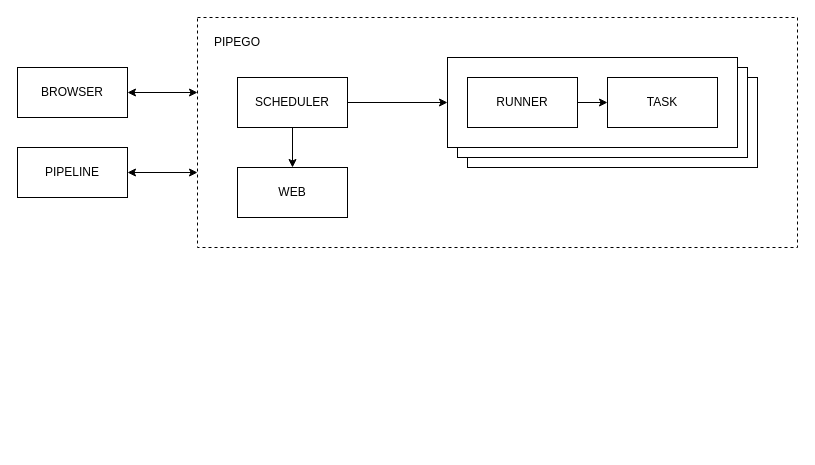
Earlier version of the draw.io diagram diagram.drawio (pipego/deploy). Source tidied: cells renumbered, new cells numbered last; positions are measured from the earlier drawing's top-left corner, leaving out a move shared by most shapes. Both pictures are drawn from the tidied source at 100%, with x=0, y=0 at pixel (17, 17).
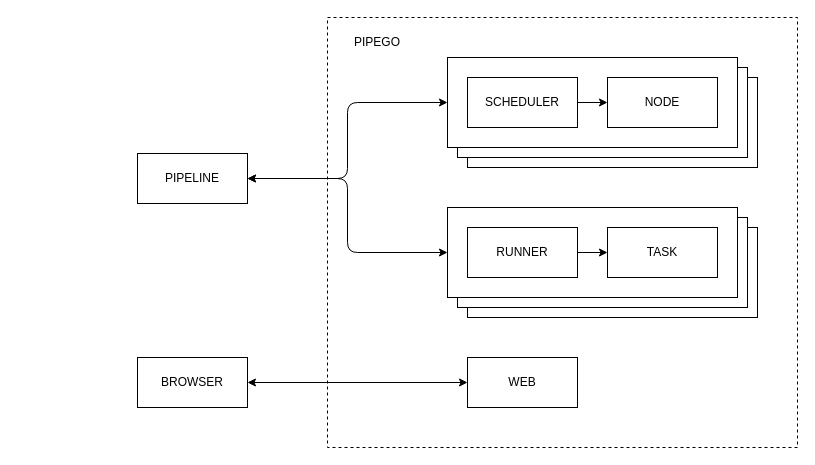
After the change.

Commit message (it also covers changes not shown here):
doc(diagram): update diagram for runner and scheduler

Unchanged cells that the change refers to:
```xml
<mxCell id="5" style="rounded=0;whiteSpace=wrap;html=1;" parent="1" vertex="1">
  <mxGeometry x="430" y="40" width="290" height="90" as="geometry" />
</mxCell>
```

The edit, as a diff of the source:
```diff
@@
     <mxCell id="2" style="rounded=0;whiteSpace=wrap;html=1;dashed=1;" parent="1" vertex="1">
-      <mxGeometry x="180" width="600" height="230" as="geometry" />
+      <mxGeometry x="310" width="470" height="430" as="geometry" />
     </mxCell>
@@
     <mxCell id="6" value="PIPEGO" style="text;html=1;strokeColor=none;fillColor=none;align=center;verticalAlign=middle;whiteSpace=wrap;rounded=0;" parent="1" vertex="1">
-      <mxGeometry x="190" y="10" width="60" height="30" as="geometry" />
+      <mxGeometry x="330" y="10" width="60" height="30" as="geometry" />
     </mxCell>
     <mxCell id="7" value="WEB" style="rounded=0;whiteSpace=wrap;html=1;" parent="1" vertex="1">
-      <mxGeometry x="220" y="150" width="110" height="50" as="geometry" />
+      <mxGeometry x="450" y="340" width="110" height="50" as="geometry" />
     </mxCell>
     <mxCell id="8" value="BROWSER" style="rounded=0;whiteSpace=wrap;html=1;" parent="1" vertex="1">
-      <mxGeometry y="50" width="110" height="50" as="geometry" />
+      <mxGeometry x="120" y="340" width="110" height="50" as="geometry" />
     </mxCell>
     <mxCell id="9" value="PIPELINE" style="rounded=0;whiteSpace=wrap;html=1;" parent="1" vertex="1">
-      <mxGeometry y="130" width="110" height="50" as="geometry" />
+      <mxGeometry x="120" y="136" width="110" height="50" as="geometry" />
     </mxCell>
-    <mxCell id="10" value="SCHEDULER" style="rounded=0;whiteSpace=wrap;html=1;" parent="1" vertex="1">
-      <mxGeometry x="220" y="60" width="110" height="50" as="geometry" />
-    </mxCell>
-    <mxCell id="11" value="RUNNER" style="rounded=0;whiteSpace=wrap;html=1;" parent="1" vertex="1">
+    <mxCell id="11" value="SCHEDULER" style="rounded=0;whiteSpace=wrap;html=1;" parent="1" vertex="1">
       <mxGeometry x="450" y="60" width="110" height="50" as="geometry" />
     </mxCell>
-    <mxCell id="12" value="TASK" style="rounded=0;whiteSpace=wrap;html=1;" parent="1" vertex="1">
+    <mxCell id="12" value="NODE" style="rounded=0;whiteSpace=wrap;html=1;" parent="1" vertex="1">
       <mxGeometry x="590" y="60" width="110" height="50" as="geometry" />
     </mxCell>
@@
-    <mxCell id="14" style="endArrow=classic;html=1;entryX=0;entryY=0.5;entryDx=0;entryDy=0;exitX=1;exitY=0.5;exitDx=0;exitDy=0;" parent="1" edge="1" source="10" target="5">
-      <mxGeometry relative="1" as="geometry" />
-    </mxCell>
-    <mxCell id="15" style="endArrow=classic;html=1;exitX=0.5;exitY=1;exitDx=0;exitDy=0;entryX=0.5;entryY=0;entryDx=0;entryDy=0;" parent="1" edge="1" source="10" target="7">
-      <mxGeometry relative="1" as="geometry" />
-    </mxCell>
-    <mxCell id="16" style="endArrow=classic;startArrow=classic;html=1;exitX=1;exitY=0.5;exitDx=0;exitDy=0;" parent="1" edge="1" source="8">
-      <mxGeometry relative="1" as="geometry">
-        <mxPoint x="180" y="75" as="targetPoint" />
-      </mxGeometry>
-    </mxCell>
-    <mxCell id="17" style="endArrow=classic;startArrow=classic;html=1;exitX=1;exitY=0.5;exitDx=0;exitDy=0;entryX=0;entryY=0.674;entryDx=0;entryDy=0;entryPerimeter=0;" parent="1" edge="1" source="9" target="2">
-      <mxGeometry relative="1" as="geometry" />
-    </mxCell>
+    <mxCell id="18" style="rounded=0;whiteSpace=wrap;html=1;" parent="1" vertex="1">
+      <mxGeometry x="450" y="210" width="290" height="90" as="geometry" />
+    </mxCell>
+    <mxCell id="19" style="rounded=0;whiteSpace=wrap;html=1;" parent="1" vertex="1">
+      <mxGeometry x="440" y="200" width="290" height="90" as="geometry" />
+    </mxCell>
+    <mxCell id="20" style="rounded=0;whiteSpace=wrap;html=1;" parent="1" vertex="1">
+      <mxGeometry x="430" y="190" width="290" height="90" as="geometry" />
+    </mxCell>
+    <mxCell id="21" value="RUNNER" style="rounded=0;whiteSpace=wrap;html=1;" parent="1" vertex="1">
+      <mxGeometry x="450" y="210" width="110" height="50" as="geometry" />
+    </mxCell>
+    <mxCell id="22" value="TASK" style="rounded=0;whiteSpace=wrap;html=1;" parent="1" vertex="1">
+      <mxGeometry x="590" y="210" width="110" height="50" as="geometry" />
+    </mxCell>
+    <mxCell id="23" style="endArrow=classic;html=1;entryX=0;entryY=0.5;entryDx=0;entryDy=0;exitX=1;exitY=0.5;exitDx=0;exitDy=0;" parent="1" edge="1" source="21" target="22">
+      <mxGeometry relative="1" as="geometry" />
+    </mxCell>
+    <mxCell id="24" style="endArrow=classic;startArrow=classic;html=1;exitX=1;exitY=0.5;exitDx=0;exitDy=0;entryX=0;entryY=0.5;entryDx=0;entryDy=0;" parent="1" edge="1" source="8" target="7">
+      <mxGeometry relative="1" as="geometry" />
+    </mxCell>
+    <mxCell id="25" style="edgeStyle=elbowEdgeStyle;elbow=horizontal;endArrow=classic;html=1;entryX=0;entryY=0.5;entryDx=0;entryDy=0;exitX=1;exitY=0.5;exitDx=0;exitDy=0;startArrow=classic;startFill=1;" parent="1" edge="1" source="9" target="5">
+      <mxGeometry relative="1" as="geometry" />
+    </mxCell>
+    <mxCell id="26" style="edgeStyle=elbowEdgeStyle;elbow=horizontal;endArrow=classic;html=1;entryX=0;entryY=0.5;entryDx=0;entryDy=0;exitX=1;exitY=0.5;exitDx=0;exitDy=0;startArrow=classic;startFill=1;" parent="1" edge="1" source="9" target="20">
+      <mxGeometry relative="1" as="geometry" />
+    </mxCell>
```
